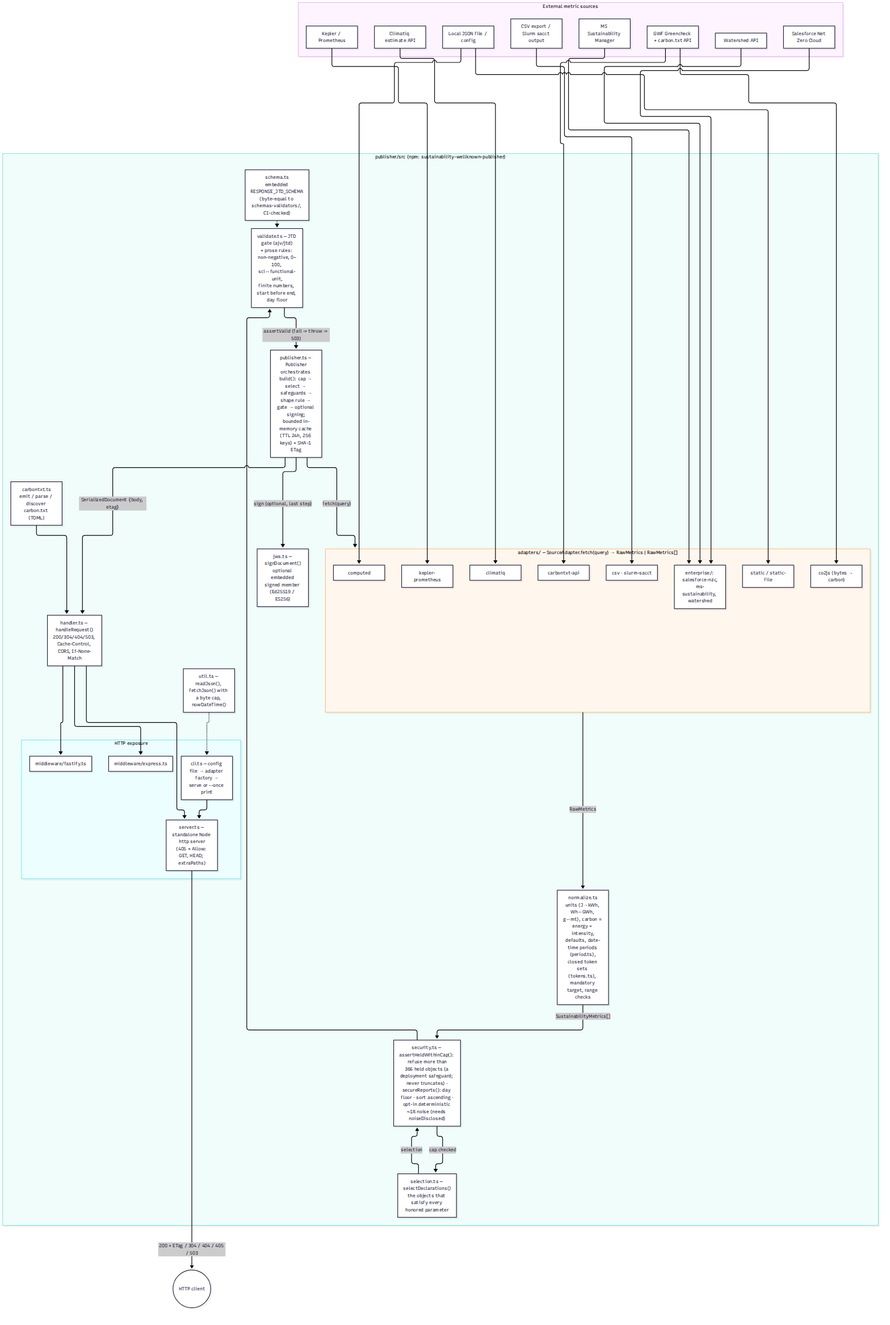
Earlier version of the Mermaid export architecture/images/c4-component-publisher.png (andreibesleaga/rfc-sustainability-wellknown). Its source is kept beside it as architecture/diagrams/c4-component-publisher.mmd.
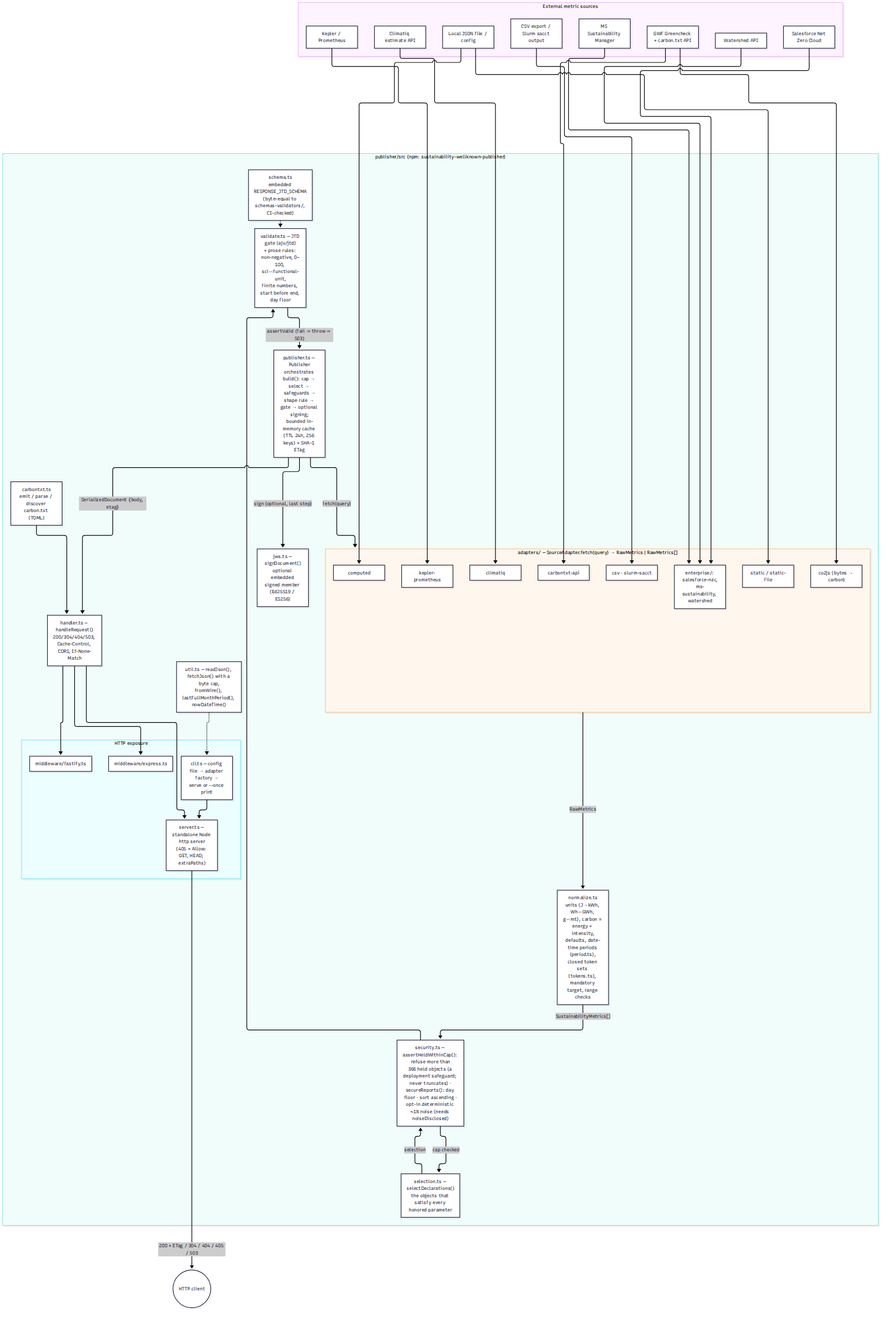
After the commit.

Commit message:
Architecture: util.ts label lists fromWire and lastFullMonthPeriod again; section 3.2 states exactly what the compatibility reading converts

Change to the diagram source:
```diff
@@ -37,7 +37,7 @@
             FAS["middleware/fastify.ts"]
             CLI["cli.ts — config file → adapter factory →<br/>serve or --once print"]
         end
-        UTIL["util.ts — readJson(), fetchJson() with a byte cap, nowDateTime()"]
+        UTIL["util.ts — readJson(), fetchJson() with a byte cap,<br/>fromWire(), lastFullMonthPeriod(), nowDateTime()"]
     end
 
     CLIENT(("HTTP client"))
```
